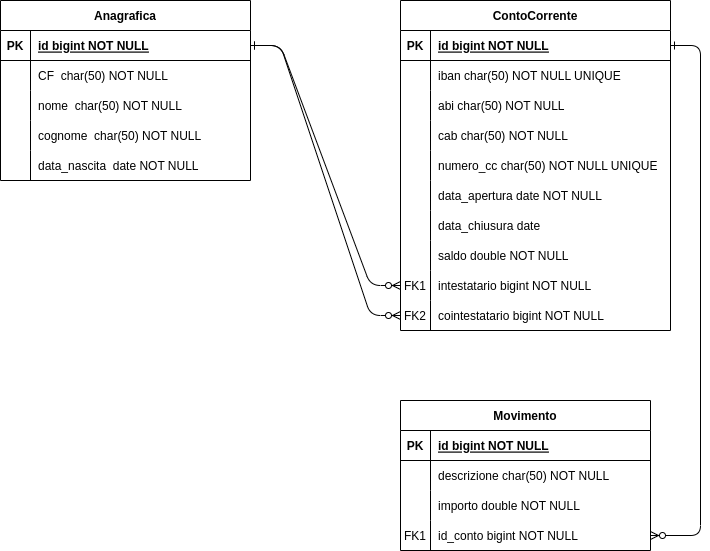
Above: progettazione/contocorrente.drawio.png in dcocuzza/contocorrente_es (draw.io), before the change. Source tidied: cells renumbered, new cells last; positions are measured from the earlier drawing's top-left corner, leaving out a move shared by most shapes.
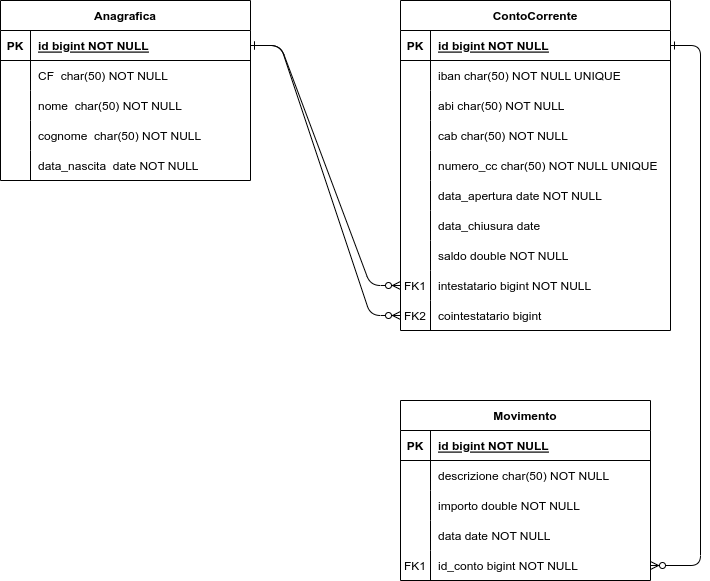
Later version of the same file.

What changed in the source:
```diff
@@ -98,11 +98,11 @@
     <mxCell id="33" value="FK2" style="shape=partialRectangle;overflow=hidden;fillColor=none;top=0;left=0;bottom=0;right=0;" parent="32" vertex="1">
       <mxGeometry width="30" height="30" as="geometry" />
     </mxCell>
-    <mxCell id="34" value="cointestatario bigint NOT NULL" style="shape=partialRectangle;overflow=hidden;fillColor=none;top=0;left=0;bottom=0;right=0;align=left;spacingLeft=6;" parent="32" vertex="1">
+    <mxCell id="34" value="cointestatario bigint" style="shape=partialRectangle;overflow=hidden;fillColor=none;top=0;left=0;bottom=0;right=0;align=left;spacingLeft=6;" parent="32" vertex="1">
       <mxGeometry x="30" width="240" height="30" as="geometry" />
     </mxCell>
     <mxCell id="35" value="Movimento" style="shape=table;startSize=30;rowLines=0;fontStyle=1;align=center;" parent="1" vertex="1">
-      <mxGeometry x="400" y="400" width="250" height="150" as="geometry" />
+      <mxGeometry x="400" y="400" width="250" height="180" as="geometry" />
     </mxCell>
     <mxCell id="36" style="shape=partialRectangle;fillColor=none;top=0;left=0;right=0;bottom=1;" parent="35" vertex="1">
       <mxGeometry y="30" width="250" height="30" as="geometry" />
@@ -131,8 +131,17 @@
     <mxCell id="44" value="importo double NOT NULL" style="shape=partialRectangle;overflow=hidden;fillColor=none;top=0;left=0;bottom=0;right=0;align=left;spacingLeft=6;" parent="42" vertex="1">
       <mxGeometry x="30" width="220" height="30" as="geometry" />
     </mxCell>
+    <mxCell id="65" style="shape=partialRectangle;fillColor=none;top=0;left=0;right=0;bottom=0;" parent="35" vertex="1">
+      <mxGeometry y="120" width="250" height="30" as="geometry" />
+    </mxCell>
+    <mxCell id="66" style="shape=partialRectangle;overflow=hidden;fillColor=none;top=0;left=0;bottom=0;right=0;" parent="65" vertex="1">
+      <mxGeometry width="30" height="30" as="geometry" />
+    </mxCell>
+    <mxCell id="67" value="data date NOT NULL" style="shape=partialRectangle;overflow=hidden;fillColor=none;top=0;left=0;bottom=0;right=0;align=left;spacingLeft=6;" parent="65" vertex="1">
+      <mxGeometry x="30" width="220" height="30" as="geometry" />
+    </mxCell>
     <mxCell id="45" style="shape=partialRectangle;fillColor=none;points=[[0,0.5],[1,0.5]];portConstraint=eastwest;top=0;left=0;right=0;bottom=0;" parent="35" vertex="1">
-      <mxGeometry y="120" width="250" height="30" as="geometry" />
+      <mxGeometry y="150" width="250" height="30" as="geometry" />
     </mxCell>
     <mxCell id="46" value="FK1" style="shape=partialRectangle;overflow=hidden;fillColor=none;top=0;left=0;bottom=0;right=0;" parent="45" vertex="1">
       <mxGeometry width="30" height="30" as="geometry" />
```
